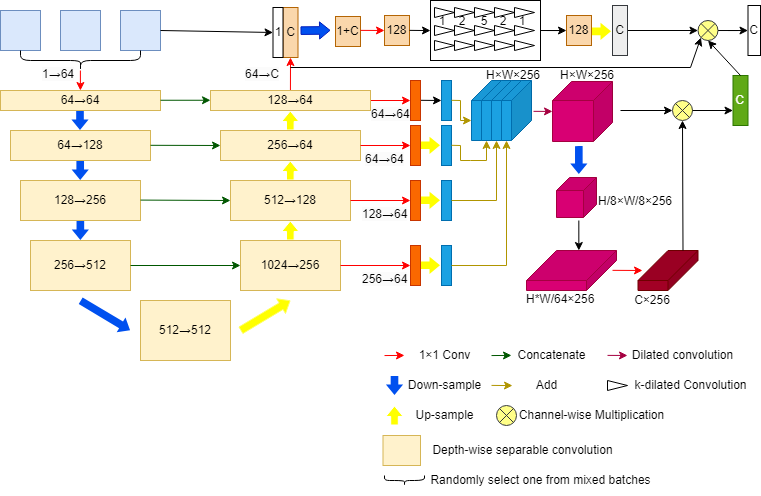
Above: test.drawio.png in DemonH-p/self-study (draw.io), before the change. Source tidied: cells renumbered, new cells last; positions are measured from the earlier drawing's top-left corner, leaving out a move shared by most shapes.
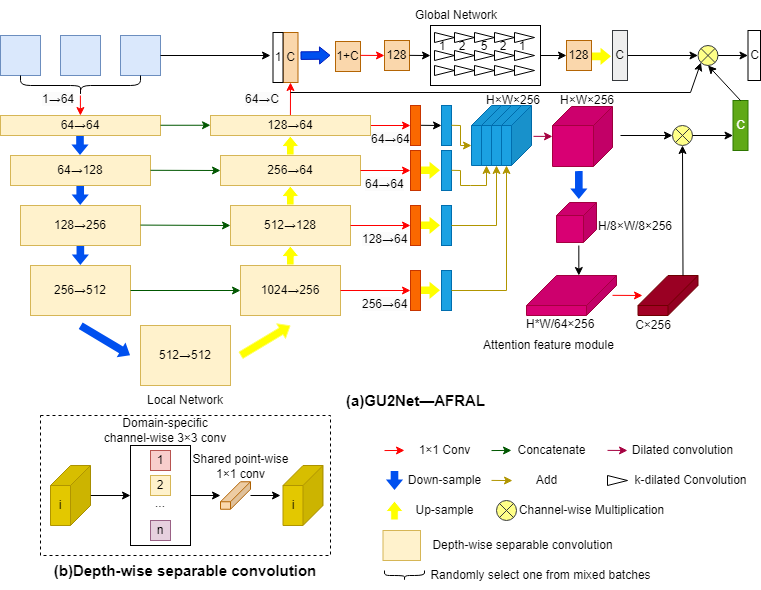
The same file after the commit.

The edit, as a diff of the source:
```diff
@@ -2,6 +2,12 @@
   <root>
     <mxCell id="0" />
     <mxCell id="1" parent="0" />
+    <mxCell id="140" style="rounded=0;whiteSpace=wrap;html=1;dashed=1;" parent="1" vertex="1">
+      <mxGeometry x="40" y="390" width="290" height="140" as="geometry" />
+    </mxCell>
+    <mxCell id="141" style="rounded=0;whiteSpace=wrap;html=1;" parent="1" vertex="1">
+      <mxGeometry x="130" y="420" width="60" height="100" as="geometry" />
+    </mxCell>
     <mxCell id="2" style="rounded=0;whiteSpace=wrap;html=1;fillColor=#dae8fc;strokeColor=#6c8ebf;" parent="1" vertex="1">
       <mxGeometry y="10" width="40" height="40" as="geometry" />
     </mxCell>
@@ -109,8 +115,10 @@
     <mxCell id="21" value="1" style="rounded=0;whiteSpace=wrap;html=1;" parent="1" vertex="1">
       <mxGeometry x="272.5" y="7" width="10" height="50" as="geometry" />
     </mxCell>
-    <mxCell id="22" style="endArrow=classic;html=1;rounded=0;fillColor=#e51400;strokeColor=#000000;entryX=0;entryY=0.5;entryDx=0;entryDy=0;exitX=1;exitY=0.5;exitDx=0;exitDy=0;" parent="1" edge="1" source="4" target="21">
-      <mxGeometry relative="1" as="geometry" />
+    <mxCell id="22" style="endArrow=classic;html=1;rounded=0;fillColor=#e51400;strokeColor=#000000;exitX=1;exitY=0.5;exitDx=0;exitDy=0;" parent="1" edge="1" source="4">
+      <mxGeometry relative="1" as="geometry">
+        <mxPoint x="270" y="30" as="targetPoint" />
+      </mxGeometry>
     </mxCell>
     <mxCell id="23" style="endArrow=classic;html=1;rounded=0;fillColor=#e51400;strokeColor=#FF0000;exitX=0.5;exitY=0;exitDx=0;exitDy=0;entryX=0.5;entryY=1;entryDx=0;entryDy=0;" parent="1" edge="1" target="20">
       <mxGeometry relative="1" as="geometry">
@@ -270,36 +278,36 @@
     </mxCell>
     <mxCell id="54" style="endArrow=classic;html=1;rounded=0;fillColor=#e51400;strokeColor=#ff0000;" parent="1" edge="1">
       <mxGeometry relative="1" as="geometry">
-        <mxPoint x="384" y="355.1" as="sourcePoint" />
-        <mxPoint x="404" y="354.9" as="targetPoint" />
+        <mxPoint x="384" y="425.1" as="sourcePoint" />
+        <mxPoint x="404" y="424.9" as="targetPoint" />
       </mxGeometry>
     </mxCell>
     <mxCell id="55" value="1×1 Conv" style="text;html=1;align=center;verticalAlign=middle;strokeColor=none;fillColor=none;" parent="1" vertex="1">
-      <mxGeometry x="404" y="340" width="80" height="30" as="geometry" />
+      <mxGeometry x="404" y="410" width="80" height="30" as="geometry" />
     </mxCell>
     <mxCell id="56" style="shape=flexArrow;endArrow=classic;html=1;rounded=0;fillColor=#0050ef;strokeColor=none;endWidth=8.571428571428571;endSize=3.157142857142857;width=7.619047619047619;" parent="1" edge="1">
       <mxGeometry relative="1" as="geometry">
-        <mxPoint x="394" y="375" as="sourcePoint" />
-        <mxPoint x="394" y="395" as="targetPoint" />
+        <mxPoint x="394" y="445" as="sourcePoint" />
+        <mxPoint x="394" y="465" as="targetPoint" />
         <Array as="points">
-          <mxPoint x="394" y="375" />
+          <mxPoint x="394" y="445" />
         </Array>
       </mxGeometry>
     </mxCell>
     <mxCell id="57" value="Down-sample" style="text;html=1;align=center;verticalAlign=middle;strokeColor=none;fillColor=none;" parent="1" vertex="1">
-      <mxGeometry x="394" y="370" width="100" height="30" as="geometry" />
+      <mxGeometry x="394" y="440" width="100" height="30" as="geometry" />
     </mxCell>
     <mxCell id="58" style="shape=flexArrow;endArrow=classic;html=1;rounded=0;fillColor=#FFFF00;strokeColor=#FFFFFF;endWidth=8.571428571428571;endSize=3.157142857142857;width=7.619047619047619;" parent="1" edge="1">
       <mxGeometry relative="1" as="geometry">
-        <mxPoint x="394" y="425" as="sourcePoint" />
-        <mxPoint x="394" y="405" as="targetPoint" />
+        <mxPoint x="394" y="495" as="sourcePoint" />
+        <mxPoint x="394" y="475" as="targetPoint" />
         <Array as="points">
-          <mxPoint x="394" y="425" />
+          <mxPoint x="394" y="495" />
         </Array>
       </mxGeometry>
     </mxCell>
     <mxCell id="59" value="Up-sample" style="text;html=1;align=center;verticalAlign=middle;strokeColor=none;fillColor=none;" parent="1" vertex="1">
-      <mxGeometry x="404" y="400" width="80" height="30" as="geometry" />
+      <mxGeometry x="404" y="470" width="80" height="30" as="geometry" />
     </mxCell>
     <mxCell id="60" style="shape=cube;whiteSpace=wrap;html=1;boundedLbl=1;backgroundOutline=1;darkOpacity=0.05;darkOpacity2=0.1;flipH=1;size=30;fillColor=#d80073;strokeColor=#A50040;fontColor=#ffffff;" parent="1" vertex="1">
       <mxGeometry x="526" y="250" width="90" height="40" as="geometry" />
@@ -324,24 +332,24 @@
     </mxCell>
     <mxCell id="65" style="endArrow=classic;html=1;rounded=0;fillColor=#008a00;strokeColor=#005700;" parent="1" edge="1">
       <mxGeometry relative="1" as="geometry">
-        <mxPoint x="491" y="355.1" as="sourcePoint" />
-        <mxPoint x="511" y="354.9" as="targetPoint" />
+        <mxPoint x="491" y="425.1" as="sourcePoint" />
+        <mxPoint x="511" y="424.9" as="targetPoint" />
       </mxGeometry>
     </mxCell>
     <mxCell id="66" value="Concatenate" style="text;html=1;align=center;verticalAlign=middle;strokeColor=none;fillColor=none;" parent="1" vertex="1">
-      <mxGeometry x="506" y="340" width="90" height="30" as="geometry" />
+      <mxGeometry x="506" y="410" width="90" height="30" as="geometry" />
     </mxCell>
     <mxCell id="67" style="endArrow=classic;html=1;rounded=0;fillColor=#e3c800;strokeColor=#B09500;" parent="1" edge="1">
       <mxGeometry relative="1" as="geometry">
-        <mxPoint x="491" y="384.9" as="sourcePoint" />
-        <mxPoint x="512" y="385.1" as="targetPoint" />
+        <mxPoint x="491" y="454.9" as="sourcePoint" />
+        <mxPoint x="512" y="455.1" as="targetPoint" />
       </mxGeometry>
     </mxCell>
     <mxCell id="68" value="&lt;span style=&quot;color: rgb(0, 0, 0); font-family: Helvetica; font-style: normal; font-variant-ligatures: normal; font-variant-caps: normal; font-weight: 400; letter-spacing: normal; orphans: 2; text-align: center; text-indent: 0px; text-transform: none; widows: 2; word-spacing: 0px; -webkit-text-stroke-width: 0px; background-color: rgb(251, 251, 251); text-decoration-thickness: initial; text-decoration-style: initial; text-decoration-color: initial; float: none; display: inline !important;&quot;&gt;&lt;font style=&quot;font-size: 11px;&quot;&gt;64→64&lt;/font&gt;&lt;/span&gt;" style="text;whiteSpace=wrap;html=1;" parent="1" vertex="1">
       <mxGeometry x="369" y="100" width="41" height="20" as="geometry" />
     </mxCell>
     <mxCell id="69" value="Add" style="text;html=1;align=center;verticalAlign=middle;strokeColor=none;fillColor=none;" parent="1" vertex="1">
-      <mxGeometry x="526" y="370" width="40" height="30" as="geometry" />
+      <mxGeometry x="526" y="440" width="40" height="30" as="geometry" />
     </mxCell>
     <mxCell id="70" style="rounded=0;whiteSpace=wrap;html=1;fillColor=#fa6800;fontColor=#000000;strokeColor=#C73500;" parent="1" vertex="1">
       <mxGeometry x="410" y="80" width="10" height="40" as="geometry" />
@@ -360,12 +368,12 @@
     </mxCell>
     <mxCell id="75" style="endArrow=classic;html=1;rounded=0;fillColor=#d80073;strokeColor=#A50040;" parent="1" edge="1">
       <mxGeometry relative="1" as="geometry">
-        <mxPoint x="607" y="354.9" as="sourcePoint" />
-        <mxPoint x="627" y="355" as="targetPoint" />
+        <mxPoint x="607" y="424.9" as="sourcePoint" />
+        <mxPoint x="627" y="425" as="targetPoint" />
       </mxGeometry>
     </mxCell>
     <mxCell id="76" value="Dilated convolution" style="text;html=1;align=center;verticalAlign=middle;strokeColor=none;fillColor=none;" parent="1" vertex="1">
-      <mxGeometry x="622" y="340" width="120" height="30" as="geometry" />
+      <mxGeometry x="622" y="410" width="120" height="30" as="geometry" />
     </mxCell>
     <mxCell id="77" value="&lt;span style=&quot;border-color: var(--border-color); color: rgb(0, 0, 0); font-family: Helvetica; font-size: 11px; font-style: normal; font-variant-ligatures: normal; font-variant-caps: normal; font-weight: 400; letter-spacing: normal; orphans: 2; text-align: center; text-indent: 0px; text-transform: none; widows: 2; word-spacing: 0px; -webkit-text-stroke-width: 0px; background-color: initial; text-decoration-thickness: initial; text-decoration-style: initial; text-decoration-color: initial;&quot;&gt;H×W×256&lt;/span&gt;" style="text;whiteSpace=wrap;html=1;" parent="1" vertex="1">
       <mxGeometry x="558" y="61" width="54" height="20" as="geometry" />
@@ -486,22 +494,22 @@
       <mxGeometry x="747.5" y="5" width="12.5" height="50" as="geometry" />
     </mxCell>
     <mxCell id="114" style="triangle;whiteSpace=wrap;html=1;" parent="1" vertex="1">
-      <mxGeometry x="607" y="380" width="20" height="10" as="geometry" />
+      <mxGeometry x="607" y="450" width="20" height="10" as="geometry" />
     </mxCell>
     <mxCell id="115" value="k-dilated Convolution" style="text;html=1;align=center;verticalAlign=middle;strokeColor=none;fillColor=none;" parent="1" vertex="1">
-      <mxGeometry x="620" y="370" width="140" height="30" as="geometry" />
+      <mxGeometry x="620" y="440" width="140" height="30" as="geometry" />
     </mxCell>
     <mxCell id="116" style="rounded=0;whiteSpace=wrap;html=1;fillColor=#fff2cc;strokeColor=#d6b656;" parent="1" vertex="1">
-      <mxGeometry x="382.5" y="435" width="37.5" height="30" as="geometry" />
+      <mxGeometry x="382.5" y="505" width="37.5" height="30" as="geometry" />
     </mxCell>
     <mxCell id="117" style="shape=sumEllipse;perimeter=ellipsePerimeter;whiteSpace=wrap;html=1;backgroundOutline=1;fillColor=#ffff88;strokeColor=#36393d;" parent="1" vertex="1">
-      <mxGeometry x="496" y="405" width="20" height="20" as="geometry" />
+      <mxGeometry x="496" y="475" width="20" height="20" as="geometry" />
     </mxCell>
     <mxCell id="118" value="Channel-wise Multiplication" style="text;html=1;align=center;verticalAlign=middle;strokeColor=none;fillColor=none;" parent="1" vertex="1">
-      <mxGeometry x="506" y="400" width="170" height="30" as="geometry" />
+      <mxGeometry x="506" y="470" width="170" height="30" as="geometry" />
     </mxCell>
     <mxCell id="119" value="Depth-wise separable convolution" style="text;html=1;align=center;verticalAlign=middle;strokeColor=none;fillColor=none;" parent="1" vertex="1">
-      <mxGeometry x="422" y="435" width="200" height="30" as="geometry" />
+      <mxGeometry x="422" y="505" width="200" height="30" as="geometry" />
     </mxCell>
     <mxCell id="120" style="shape=flexArrow;endArrow=classic;html=1;rounded=0;fillColor=#0050ef;strokeColor=#001DBC;endWidth=8.571428571428571;endSize=3.157142857142857;width=7.619047619047619;" parent="1" edge="1">
       <mxGeometry relative="1" as="geometry">
@@ -555,10 +563,10 @@
       </mxGeometry>
     </mxCell>
     <mxCell id="129" style="shape=curlyBracket;whiteSpace=wrap;html=1;rounded=1;flipH=1;labelPosition=right;verticalLabelPosition=middle;align=left;verticalAlign=middle;rotation=90;" parent="1" vertex="1">
-      <mxGeometry x="399" y="460" width="10" height="40" as="geometry" />
+      <mxGeometry x="399" y="530" width="10" height="40" as="geometry" />
     </mxCell>
     <mxCell id="130" value="Randomly select one from mixed batches" style="text;html=1;align=center;verticalAlign=middle;strokeColor=none;fillColor=none;" parent="1" vertex="1">
-      <mxGeometry x="420" y="465" width="240" height="30" as="geometry" />
+      <mxGeometry x="420" y="535" width="240" height="30" as="geometry" />
     </mxCell>
     <mxCell id="131" style="shape=cube;whiteSpace=wrap;html=1;boundedLbl=1;backgroundOutline=1;darkOpacity=0.05;darkOpacity2=0.1;flipH=1;flipV=0;size=19;fillColor=#d80073;fontColor=#ffffff;strokeColor=#A50040;" parent="1" vertex="1">
       <mxGeometry x="552" y="81" width="60" height="60" as="geometry" />
@@ -589,5 +597,62 @@
     <mxCell id="139" style="endArrow=classic;html=1;rounded=0;exitX=0.5;exitY=0;exitDx=0;exitDy=0;entryX=0.5;entryY=1;entryDx=0;entryDy=0;" parent="1" edge="1" source="109" target="112">
       <mxGeometry relative="1" as="geometry" />
     </mxCell>
+    <mxCell id="142" value="Local Network" style="text;html=1;strokeColor=none;fillColor=none;align=center;verticalAlign=middle;whiteSpace=wrap;rounded=0;" parent="1" vertex="1">
+      <mxGeometry x="140" y="360" width="90" height="30" as="geometry" />
+    </mxCell>
+    <mxCell id="143" value="Global Network" style="text;html=1;strokeColor=none;fillColor=none;align=center;verticalAlign=middle;whiteSpace=wrap;rounded=0;" parent="1" vertex="1">
+      <mxGeometry x="411" y="-25" width="90" height="30" as="geometry" />
+    </mxCell>
+    <mxCell id="144" value="Attention feature module" style="text;html=1;strokeColor=none;fillColor=none;align=center;verticalAlign=middle;whiteSpace=wrap;rounded=0;" parent="1" vertex="1">
+      <mxGeometry x="477" y="305" width="143" height="30" as="geometry" />
+    </mxCell>
+    <mxCell id="145" value="(a)GU2Net—AFRAL" style="text;html=1;strokeColor=none;fillColor=none;align=center;verticalAlign=middle;whiteSpace=wrap;rounded=0;fontSize=15;fontStyle=1;" parent="1" vertex="1">
+      <mxGeometry x="329.5" y="360" width="171.5" height="30" as="geometry" />
+    </mxCell>
+    <mxCell id="146" value="(b)Depth-wise separable convolution" style="text;html=1;strokeColor=none;fillColor=none;align=center;verticalAlign=middle;whiteSpace=wrap;rounded=0;fontSize=15;fontStyle=1;" parent="1" vertex="1">
+      <mxGeometry x="50" y="530" width="270" height="30" as="geometry" />
+    </mxCell>
+    <mxCell id="147" value="i" style="shape=cube;whiteSpace=wrap;html=1;boundedLbl=1;backgroundOutline=1;darkOpacity=0.05;darkOpacity2=0.1;flipH=1;fillColor=#e3c800;fontColor=#000000;strokeColor=#B09500;" parent="1" vertex="1">
+      <mxGeometry x="50" y="440" width="40" height="60" as="geometry" />
+    </mxCell>
+    <mxCell id="148" value="1" style="rounded=0;whiteSpace=wrap;html=1;fillColor=#f8cecc;gradientColor=none;strokeColor=#b85450;" parent="1" vertex="1">
+      <mxGeometry x="150" y="425" width="20" height="20" as="geometry" />
+    </mxCell>
+    <mxCell id="149" value="Domain-specific channel-wise 3×3 conv" style="text;html=1;strokeColor=none;fillColor=none;align=center;verticalAlign=middle;whiteSpace=wrap;rounded=0;" parent="1" vertex="1">
+      <mxGeometry x="100" y="390" width="130" height="30" as="geometry" />
+    </mxCell>
+    <mxCell id="150" value="2" style="rounded=0;whiteSpace=wrap;html=1;fillColor=#fff2cc;gradientColor=none;strokeColor=#d6b656;" parent="1" vertex="1">
+      <mxGeometry x="150" y="450" width="20" height="20" as="geometry" />
+    </mxCell>
+    <mxCell id="151" value="n" style="rounded=0;whiteSpace=wrap;html=1;fillColor=#e6d0de;gradientColor=none;strokeColor=#996185;" parent="1" vertex="1">
+      <mxGeometry x="150" y="495" width="20" height="20" as="geometry" />
+    </mxCell>
+    <mxCell id="152" value="..." style="text;html=1;strokeColor=none;fillColor=none;align=center;verticalAlign=middle;whiteSpace=wrap;rounded=0;" parent="1" vertex="1">
+      <mxGeometry x="145" y="470" width="30" height="15" as="geometry" />
+    </mxCell>
+    <mxCell id="153" value="i" style="shape=cube;whiteSpace=wrap;html=1;boundedLbl=1;backgroundOutline=1;darkOpacity=0.05;darkOpacity2=0.1;flipH=1;fillColor=#e3c800;fontColor=#000000;strokeColor=#B09500;" parent="1" vertex="1">
+      <mxGeometry x="282.5" y="440" width="40" height="60" as="geometry" />
+    </mxCell>
+    <mxCell id="154" style="shape=cube;whiteSpace=wrap;html=1;boundedLbl=1;backgroundOutline=1;darkOpacity=0.05;darkOpacity2=0.1;flipH=1;fillColor=#fad7ac;strokeColor=#b46504;size=20;" parent="1" vertex="1">
+      <mxGeometry x="220" y="456.2" width="30" height="27.5" as="geometry" />
+    </mxCell>
+    <mxCell id="155" value="Shared point-wise 1×1 conv" style="text;html=1;strokeColor=none;fillColor=none;align=center;verticalAlign=middle;whiteSpace=wrap;rounded=0;" parent="1" vertex="1">
+      <mxGeometry x="182.5" y="426.2" width="115" height="30" as="geometry" />
+    </mxCell>
+    <mxCell id="156" style="endArrow=classic;html=1;rounded=0;exitX=-0.008;exitY=0.5;exitDx=0;exitDy=0;exitPerimeter=0;entryX=0;entryY=0.5;entryDx=0;entryDy=0;" parent="1" edge="1" source="147" target="141">
+      <mxGeometry relative="1" as="geometry" />
+    </mxCell>
+    <mxCell id="157" style="endArrow=classic;html=1;rounded=0;exitX=0;exitY=0;exitDx=0;exitDy=20;exitPerimeter=0;" parent="1" edge="1">
+      <mxGeometry relative="1" as="geometry">
+        <mxPoint x="190" y="470" as="sourcePoint" />
+        <mxPoint x="220" y="470" as="targetPoint" />
+      </mxGeometry>
+    </mxCell>
+    <mxCell id="158" style="endArrow=classic;html=1;rounded=0;exitX=0;exitY=0;exitDx=0;exitDy=20;exitPerimeter=0;" parent="1" edge="1">
+      <mxGeometry relative="1" as="geometry">
+        <mxPoint x="250" y="470" as="sourcePoint" />
+        <mxPoint x="280" y="470" as="targetPoint" />
+      </mxGeometry>
+    </mxCell>
   </root>
 </mxGraphModel>
```
